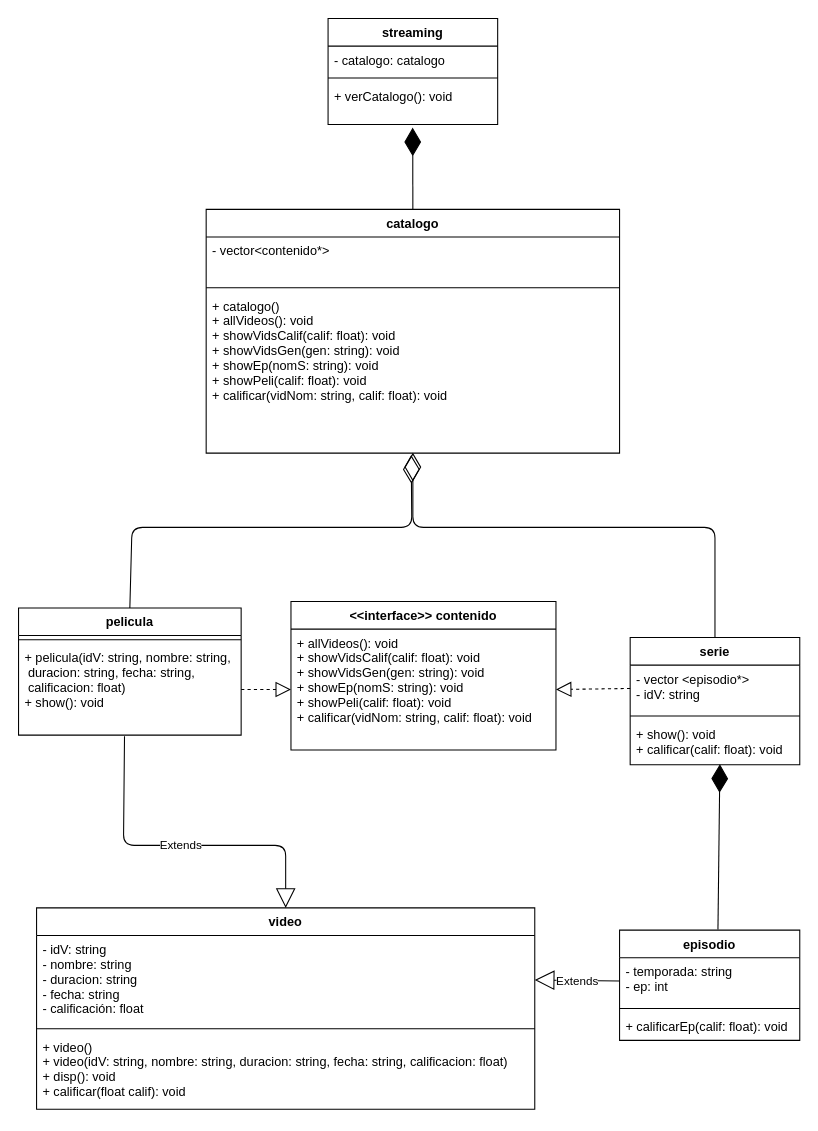
This is streaming 2.drawio from A01750658/proyecto_cpp, a draw.io file, before an edit. Source tidied: cells renumbered, new cells numbered last; positions are measured from the earlier drawing's top-left corner, leaving out a move shared by most shapes. Both pictures are drawn from the tidied source at 106%, with x=0, y=0 at pixel (18, 18).
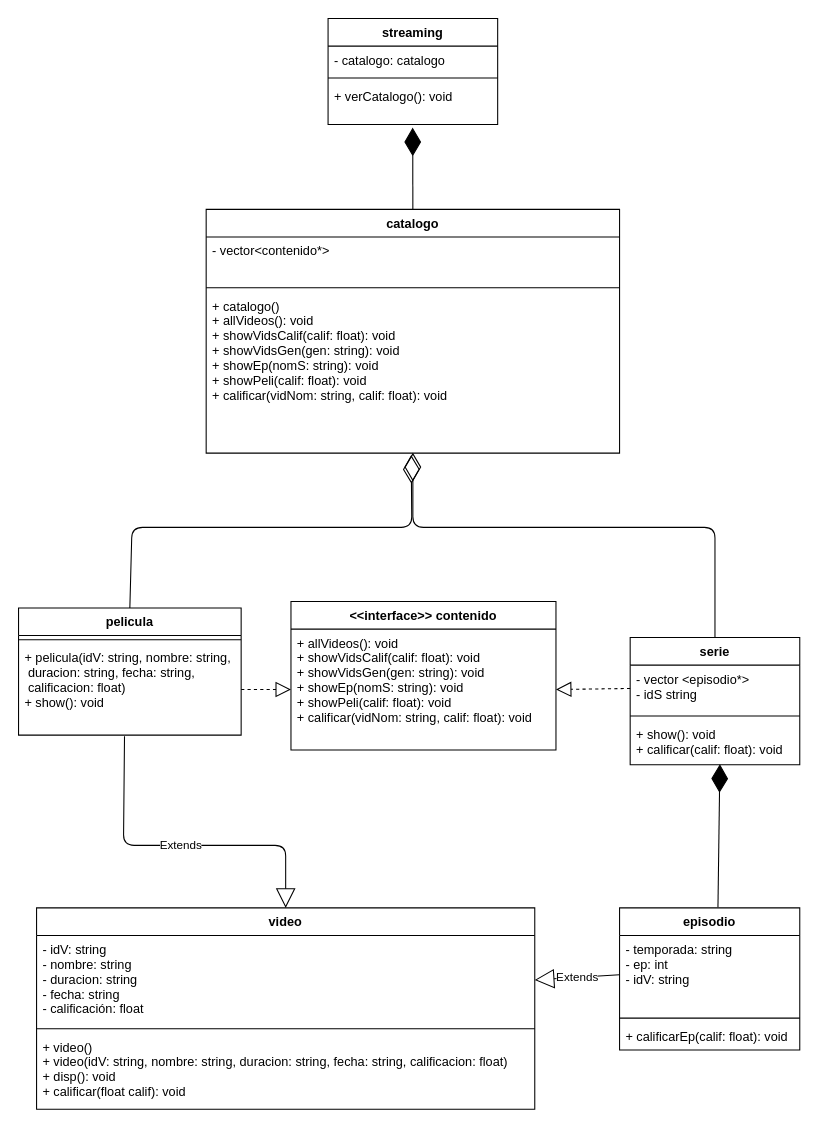
Above is the later version.

The change refers to these unchanged cells:
```xml
<mxCell id="17" value="serie" style="swimlane;fontStyle=1;align=center;verticalAlign=top;horizontal=1;startSize=26;" parent="1" vertex="1">
  <mxGeometry x="577" y="584" width="160" height="120" as="geometry" />
</mxCell>
```

What changed in the source:
```diff
@@
-    <mxCell id="18" value="- vector &lt;episodio*&gt;&#10;- idV: string" style="text;strokeColor=none;fillColor=none;align=left;verticalAlign=top;spacingLeft=4;spacingRight=4;overflow=hidden;points=[[0,0.5],[1,0.5]];portConstraint=eastwest;" parent="17" vertex="1">
+    <mxCell id="18" value="- vector &lt;episodio*&gt;&#10;- idS string" style="text;strokeColor=none;fillColor=none;align=left;verticalAlign=top;spacingLeft=4;spacingRight=4;overflow=hidden;points=[[0,0.5],[1,0.5]];portConstraint=eastwest;" parent="17" vertex="1">
       <mxGeometry y="26" width="160" height="44" as="geometry" />
     </mxCell>
@@
     <mxCell id="21" value="episodio" style="swimlane;fontStyle=1;align=center;verticalAlign=top;horizontal=1;startSize=26;" parent="1" vertex="1">
-      <mxGeometry x="567" y="860" width="170" height="104" as="geometry" />
+      <mxGeometry x="567" y="839" width="170" height="134" as="geometry" />
     </mxCell>
-    <mxCell id="22" value="- temporada: string&#10;- ep: int" style="text;strokeColor=none;fillColor=none;align=left;verticalAlign=top;spacingLeft=4;spacingRight=4;overflow=hidden;points=[[0,0.5],[1,0.5]];portConstraint=eastwest;" parent="21" vertex="1">
-      <mxGeometry y="26" width="170" height="44" as="geometry" />
+    <mxCell id="22" value="- temporada: string&#10;- ep: int&#10;- idV: string" style="text;strokeColor=none;fillColor=none;align=left;verticalAlign=top;spacingLeft=4;spacingRight=4;overflow=hidden;points=[[0,0.5],[1,0.5]];portConstraint=eastwest;" parent="21" vertex="1">
+      <mxGeometry y="26" width="170" height="74" as="geometry" />
     </mxCell>
     <mxCell id="23" style="line;strokeWidth=1;fillColor=none;align=left;verticalAlign=middle;spacingTop=-1;spacingLeft=3;spacingRight=3;labelPosition=right;strokeColor=inherit;" parent="21" vertex="1">
-      <mxGeometry y="70" width="170" height="8" as="geometry" />
+      <mxGeometry y="100" width="170" height="8" as="geometry" />
     </mxCell>
     <mxCell id="24" value="+ calificarEp(calif: float): void" style="text;strokeColor=none;fillColor=none;align=left;verticalAlign=top;spacingLeft=4;spacingRight=4;overflow=hidden;" parent="21" vertex="1">
-      <mxGeometry y="78" width="170" height="26" as="geometry" />
+      <mxGeometry y="108" width="170" height="26" as="geometry" />
     </mxCell>
```
